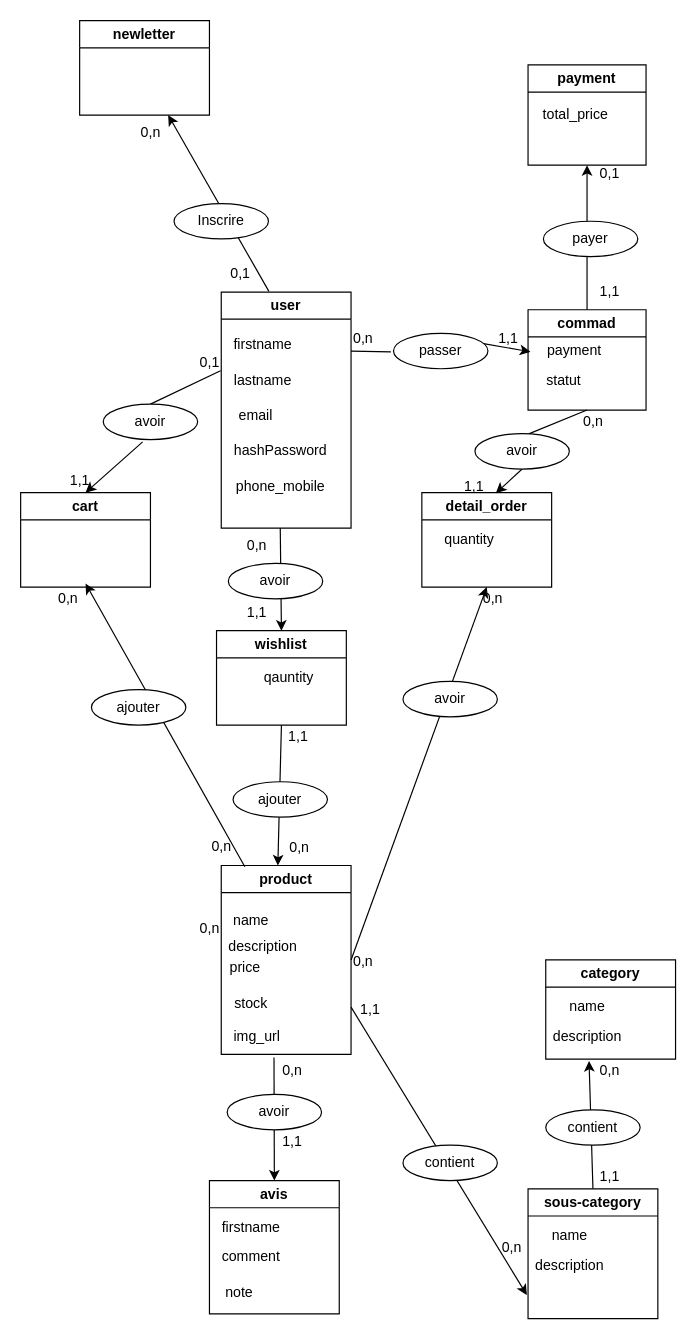
Earlier version of the draw.io diagram page "MCD" (1 of 2) of backend/conception/MCD.drawio (meriemchikha/final_project). Source tidied: cells renumbered, new cells numbered last; positions are measured from the earlier drawing's top-left corner, leaving out a move shared by most shapes. Both pictures are drawn from the tidied source at 118%, with x=0, y=0 at pixel (20, 20).
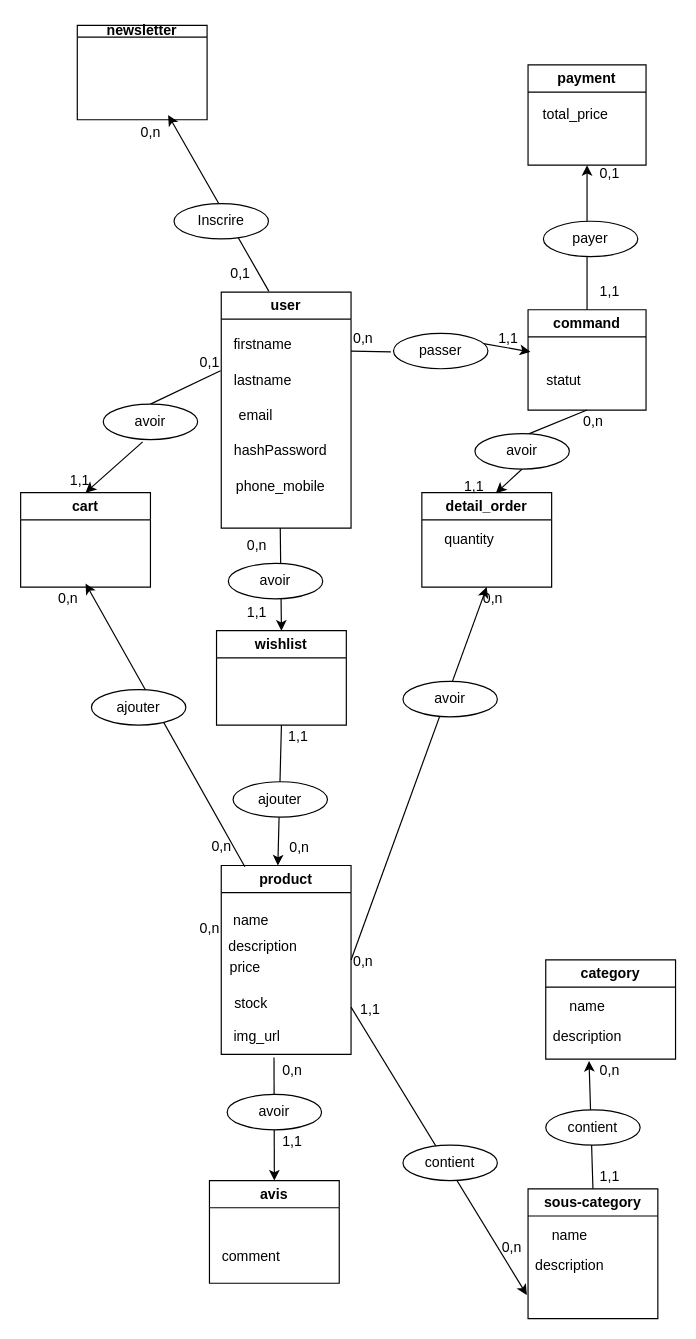
Above is the later version.

Unchanged cells that the change refers to:
```xml
<mxCell id="70" value="passer" style="ellipse;whiteSpace=wrap;html=1;" parent="1" vertex="1">
  <mxGeometry x="316" y="265" width="80" height="30" as="geometry" />
</mxCell>
```

What changed in the source:
```diff
@@
-    <mxCell id="8" value="newletter" style="swimlane;whiteSpace=wrap;html=1;startSize=23;" parent="1" vertex="1">
-      <mxGeometry x="50" width="110" height="80" as="geometry" />
+    <mxCell id="8" value="newsletter" style="swimlane;whiteSpace=wrap;html=1;startSize=10;" parent="1" vertex="1">
+      <mxGeometry x="48" y="4" width="110" height="80" as="geometry" />
     </mxCell>
@@
-    <mxCell id="12" value="commad" style="swimlane;whiteSpace=wrap;html=1;startSize=23;" parent="1" vertex="1">
+    <mxCell id="12" value="command" style="swimlane;whiteSpace=wrap;html=1;startSize=23;" parent="1" vertex="1">
       <mxGeometry x="430" y="245" width="100" height="85" as="geometry" />
     </mxCell>
-    <mxCell id="13" value="payment" style="text;html=1;align=center;verticalAlign=middle;points=[];strokeColor=none;fillColor=none;" parent="1" vertex="1">
-      <mxGeometry x="434" y="265" width="70" height="30" as="geometry" />
-    </mxCell>
@@
-    <mxCell id="15" style="endArrow=classic;html=1;entryX=-0.028;entryY=0.522;entryDx=0;entryDy=0;entryPerimeter=0;exitX=1;exitY=0.25;exitDx=0;exitDy=0;startArrow=none;" parent="1" edge="1" source="70" target="13">
-      <mxGeometry relative="1" as="geometry" />
+    <mxCell id="15" style="endArrow=classic;html=1;entryX=-0.028;entryY=0.522;entryDx=0;entryDy=0;entryPerimeter=0;exitX=1;exitY=0.25;exitDx=0;exitDy=0;startArrow=none;" parent="1" edge="1" source="70">
+      <mxGeometry relative="1" as="geometry">
+        <mxPoint x="432" y="280.7" as="targetPoint" />
+      </mxGeometry>
     </mxCell>
@@
-    <mxCell id="28" value="qauntity" style="text;html=1;align=center;verticalAlign=middle;strokeColor=none;fillColor=none;" parent="1" vertex="1">
-      <mxGeometry x="192" y="542" width="70" height="30" as="geometry" />
-    </mxCell>
@@
     <mxCell id="49" value="avis" style="swimlane;whiteSpace=wrap;html=1;startSize=23;" parent="1" vertex="1">
-      <mxGeometry x="160" y="983" width="110" height="113" as="geometry" />
+      <mxGeometry x="160" y="983" width="110" height="87" as="geometry" />
     </mxCell>
-    <mxCell id="50" value="firstname" style="text;html=1;align=center;verticalAlign=middle;strokeColor=none;fillColor=none;" parent="49" vertex="1">
-      <mxGeometry y="25" width="70" height="30" as="geometry" />
-    </mxCell>
@@
-    <mxCell id="52" value="note" style="text;html=1;align=center;verticalAlign=middle;strokeColor=none;fillColor=none;" parent="49" vertex="1">
-      <mxGeometry y="80" width="50" height="30" as="geometry" />
-    </mxCell>
```
